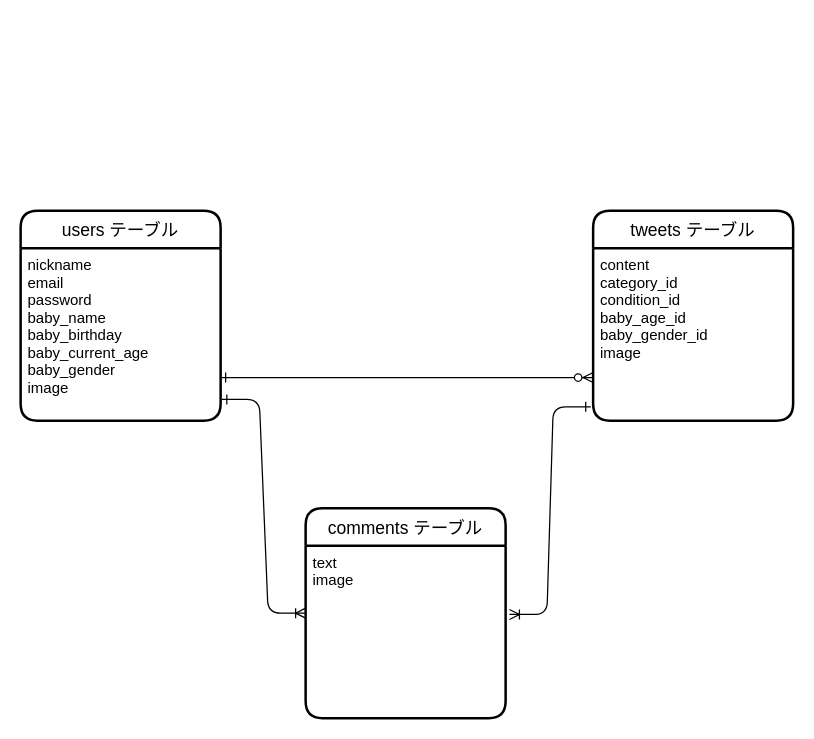
This is lib/oriapp.dio from kamikenbo/oriapp-34562, a draw.io file, before an edit. Source tidied: cells renumbered, new cells numbered last; positions are measured from the earlier drawing's top-left corner, leaving out a move shared by most shapes. Both pictures are drawn from the tidied source at 125%, with x=0, y=0 at pixel (20, 210).
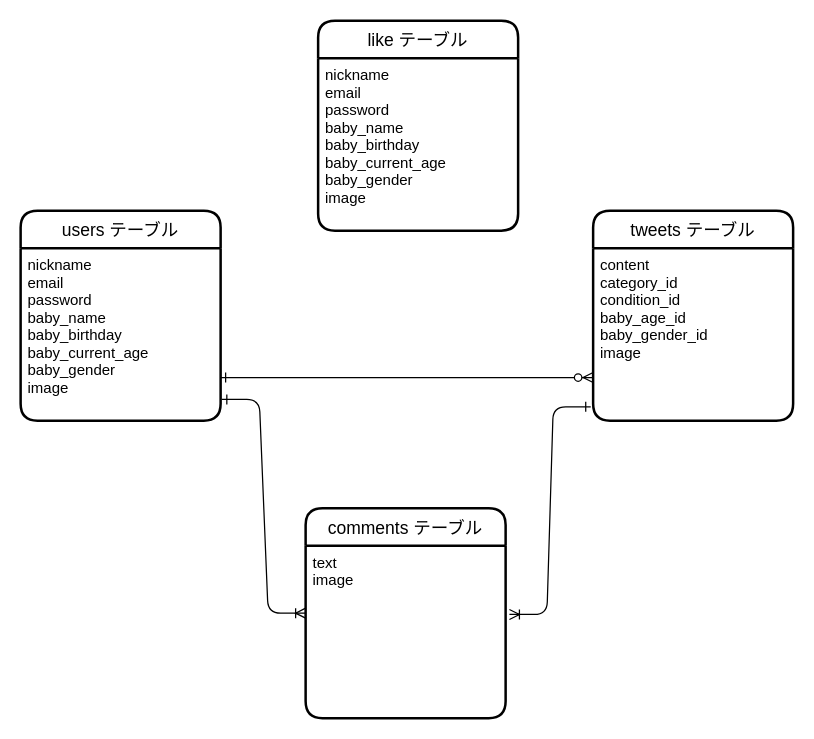
After the change.

Diff of the diagram source:
```diff
@@
 <mxGraphModel>
   <root>
     <mxCell id="0" />
     <mxCell id="1" parent="0" />
     <mxCell id="2" value="users テーブル" style="swimlane;horizontal=1;startSize=30;rounded=1;fontSize=14;fontStyle=0;strokeWidth=2;shadow=0;dashed=0;align=center;" parent="1" vertex="1">
       <mxGeometry width="160" height="168" as="geometry" />
     </mxCell>
     <mxCell id="3" value="nickname&#10;email&#10;password&#10;baby_name&#10;baby_birthday&#10;baby_current_age&#10;baby_gender&#10;image" style="align=left;strokeColor=none;fillColor=none;spacingLeft=4;fontSize=12;verticalAlign=top;" parent="2" vertex="1">
       <mxGeometry y="30" width="160" height="138" as="geometry" />
     </mxCell>
     <mxCell id="4" style="edgeStyle=orthogonalEdgeStyle;rounded=0;orthogonalLoop=1;jettySize=auto;html=1;exitX=0.5;exitY=1;exitDx=0;exitDy=0;" parent="2" edge="1" source="3" target="3">
       <mxGeometry relative="1" as="geometry" />
     </mxCell>
     <mxCell id="5" value="tweets テーブル" style="swimlane;horizontal=1;startSize=30;rounded=1;fontSize=14;fontStyle=0;strokeWidth=2;shadow=0;dashed=0;align=center;" parent="1" vertex="1">
       <mxGeometry x="458" width="160" height="168" as="geometry" />
     </mxCell>
     <mxCell id="6" value="content&#10;category_id&#10;condition_id&#10;baby_age_id&#10;baby_gender_id&#10;image&#10;" style="align=left;strokeColor=none;fillColor=none;spacingLeft=4;fontSize=12;verticalAlign=top;" parent="5" vertex="1">
       <mxGeometry y="30" width="160" height="138" as="geometry" />
     </mxCell>
     <mxCell id="7" value="comments テーブル" style="swimlane;horizontal=1;startSize=30;rounded=1;fontSize=14;fontStyle=0;strokeWidth=2;shadow=0;dashed=0;align=center;" parent="1" vertex="1">
       <mxGeometry x="228" y="238" width="160" height="168" as="geometry" />
     </mxCell>
     <mxCell id="8" value="text&#10;image" style="align=left;strokeColor=none;fillColor=none;spacingLeft=4;fontSize=12;verticalAlign=top;" parent="7" vertex="1">
       <mxGeometry y="30" width="160" height="138" as="geometry" />
     </mxCell>
     <mxCell id="9" style="edgeStyle=entityRelationEdgeStyle;fontSize=12;html=1;endArrow=ERzeroToMany;endFill=1;exitX=1;exitY=0.75;exitDx=0;exitDy=0;entryX=0;entryY=0.75;entryDx=0;entryDy=0;startArrow=ERone;startFill=0;" parent="1" edge="1" source="3" target="6">
       <mxGeometry relative="1" as="geometry" />
     </mxCell>
     <mxCell id="10" style="edgeStyle=entityRelationEdgeStyle;fontSize=12;html=1;endArrow=ERoneToMany;entryX=0;entryY=0.5;entryDx=0;entryDy=0;exitX=1.006;exitY=0.877;exitDx=0;exitDy=0;exitPerimeter=0;startArrow=ERone;startFill=0;" parent="1" edge="1" source="3" target="7">
       <mxGeometry relative="1" as="geometry" />
     </mxCell>
     <mxCell id="11" style="edgeStyle=entityRelationEdgeStyle;fontSize=12;html=1;endArrow=ERone;endFill=0;startArrow=ERoneToMany;startFill=0;exitX=1.019;exitY=0.399;exitDx=0;exitDy=0;exitPerimeter=0;entryX=-0.012;entryY=0.92;entryDx=0;entryDy=0;entryPerimeter=0;" parent="1" edge="1" source="8" target="6">
       <mxGeometry relative="1" as="geometry" />
     </mxCell>
+    <mxCell id="12" value="like テーブル" style="swimlane;horizontal=1;startSize=30;rounded=1;fontSize=14;fontStyle=0;strokeWidth=2;shadow=0;dashed=0;align=center;" parent="1" vertex="1">
+      <mxGeometry x="238" y="-152" width="160" height="168" as="geometry" />
+    </mxCell>
+    <mxCell id="13" value="nickname&#10;email&#10;password&#10;baby_name&#10;baby_birthday&#10;baby_current_age&#10;baby_gender&#10;image" style="align=left;strokeColor=none;fillColor=none;spacingLeft=4;fontSize=12;verticalAlign=top;" parent="12" vertex="1">
+      <mxGeometry y="30" width="160" height="138" as="geometry" />
+    </mxCell>
+    <mxCell id="14" style="edgeStyle=orthogonalEdgeStyle;rounded=0;orthogonalLoop=1;jettySize=auto;html=1;exitX=0.5;exitY=1;exitDx=0;exitDy=0;" parent="12" edge="1" source="13" target="13">
+      <mxGeometry relative="1" as="geometry" />
+    </mxCell>
   </root>
 </mxGraphModel>
```
